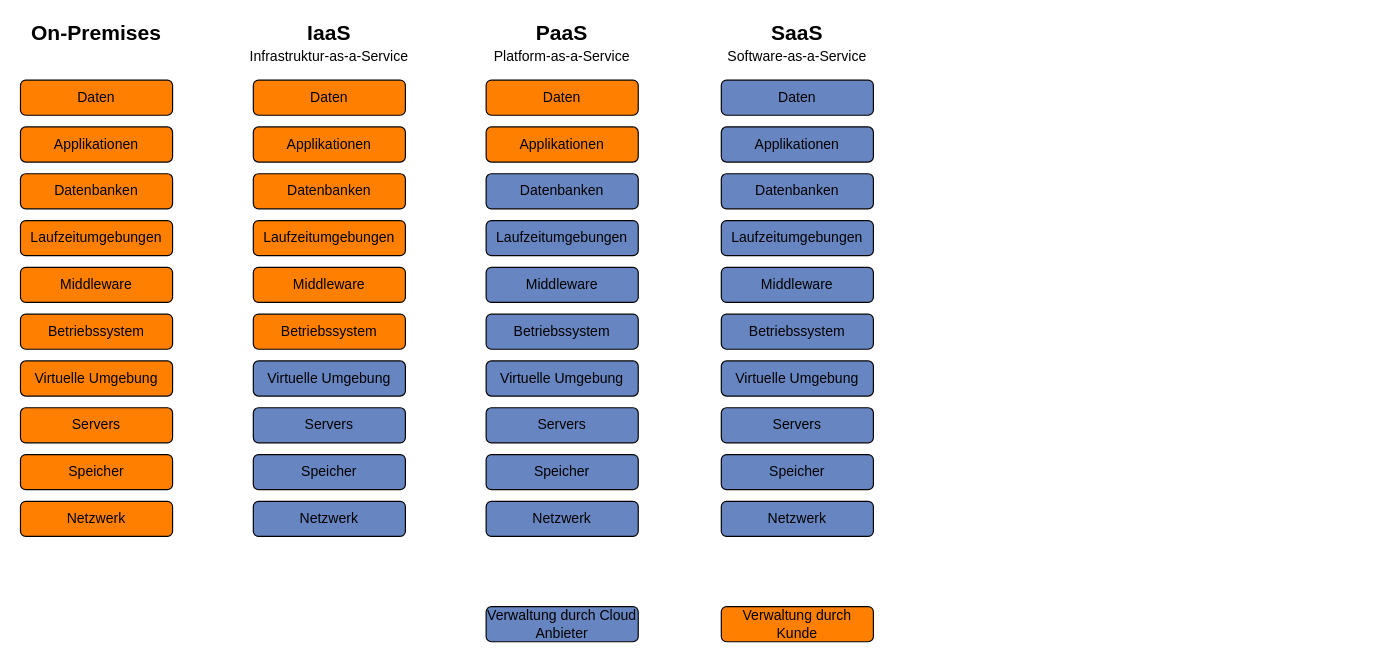
Before: IaaSvsPaaS-etc.drawio in iamulya/drawio-diagrams, a draw.io diagram. Source tidied: cells renumbered, new cells numbered last; positions are measured from the earlier drawing's top-left corner, leaving out a move shared by most shapes. Both pictures are drawn from the tidied source at 117%, with x=0, y=0 at pixel (20, 21). Pictures stored in the file or linked from it are replaced by grey dashed boxes.
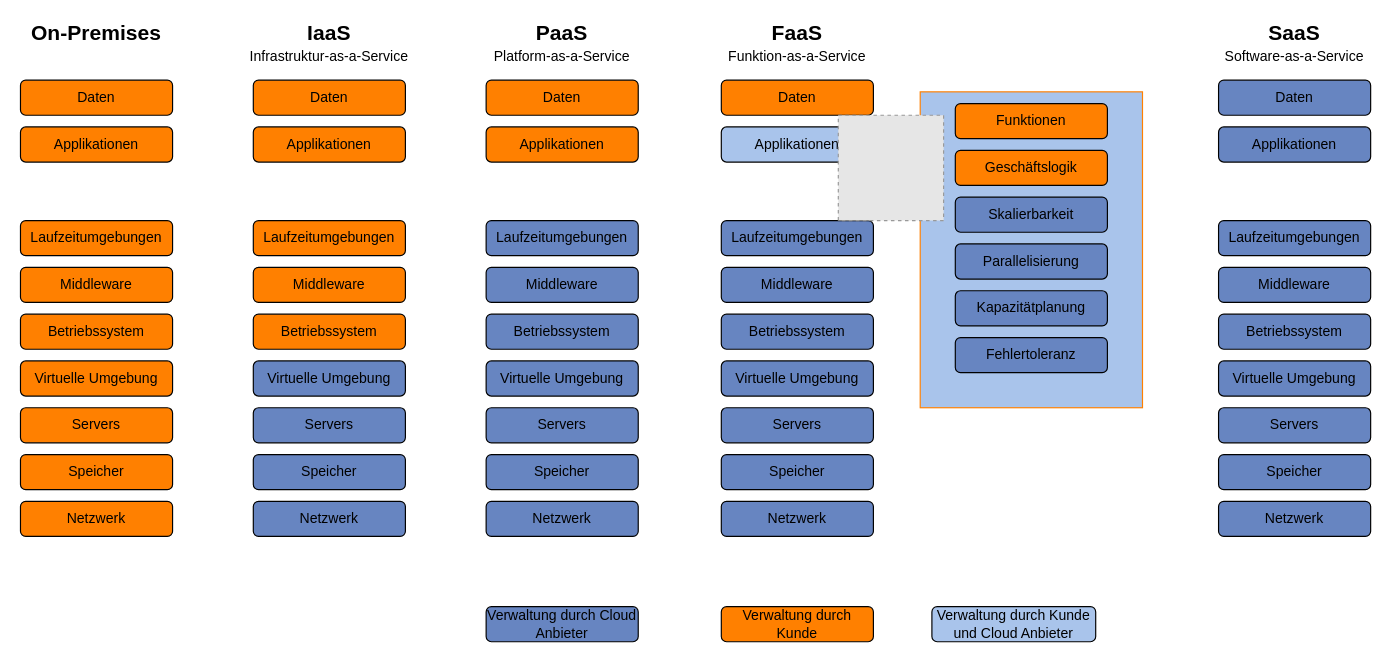
The same page after the edit.

The edit, as a diff of the source:
```diff
@@
-    <mxCell id="4" value="Datenbanken" style="rounded=1;whiteSpace=wrap;html=1;fillColor=#FF8000;" parent="1" vertex="1">
-      <mxGeometry y="130" width="130" height="30" as="geometry" />
-    </mxCell>
@@
-    <mxCell id="14" value="Datenbanken" style="rounded=1;whiteSpace=wrap;html=1;fillColor=#FF8000;" parent="1" vertex="1">
-      <mxGeometry x="199" y="130" width="130" height="30" as="geometry" />
-    </mxCell>
@@
-    <mxCell id="24" value="Datenbanken" style="rounded=1;whiteSpace=wrap;html=1;fillColor=#6785C1;" parent="1" vertex="1">
-      <mxGeometry x="398" y="130" width="130" height="30" as="geometry" />
-    </mxCell>
@@
-    <mxCell id="32" value="Daten" style="rounded=1;whiteSpace=wrap;html=1;fillColor=#6785C1;" parent="1" vertex="1">
+    <mxCell id="32" value="Daten" style="rounded=1;whiteSpace=wrap;html=1;fillColor=#FF8000;" parent="1" vertex="1">
       <mxGeometry x="599" y="50" width="130" height="30" as="geometry" />
     </mxCell>
-    <mxCell id="33" value="Applikationen" style="rounded=1;whiteSpace=wrap;html=1;fillColor=#6785C1;" parent="1" vertex="1">
+    <mxCell id="33" value="Applikationen" style="rounded=1;whiteSpace=wrap;html=1;fillColor=#A9C4EB;" parent="1" vertex="1">
       <mxGeometry x="599" y="90" width="130" height="30" as="geometry" />
     </mxCell>
-    <mxCell id="34" value="Datenbanken" style="rounded=1;whiteSpace=wrap;html=1;fillColor=#6785C1;" parent="1" vertex="1">
-      <mxGeometry x="599" y="130" width="130" height="30" as="geometry" />
-    </mxCell>
@@
-    <mxCell id="45" value="&lt;b&gt;&lt;font style=&quot;font-size: 18px&quot;&gt;SaaS&lt;/font&gt;&lt;/b&gt;" style="text;html=1;strokeColor=none;fillColor=none;align=center;verticalAlign=middle;whiteSpace=wrap;rounded=0;" parent="1" vertex="1">
+    <mxCell id="45" value="&lt;b&gt;&lt;font style=&quot;font-size: 18px&quot;&gt;FaaS&lt;/font&gt;&lt;/b&gt;" style="text;html=1;strokeColor=none;fillColor=none;align=center;verticalAlign=middle;whiteSpace=wrap;rounded=0;" parent="1" vertex="1">
       <mxGeometry x="599" width="130" height="20" as="geometry" />
     </mxCell>
@@
-    <mxCell id="50" value="Software-as-a-Service" style="text;html=1;strokeColor=none;fillColor=none;align=center;verticalAlign=middle;whiteSpace=wrap;rounded=0;" parent="1" vertex="1">
+    <mxCell id="50" value="Funktion-as-a-Service" style="text;html=1;strokeColor=none;fillColor=none;align=center;verticalAlign=middle;whiteSpace=wrap;rounded=0;" parent="1" vertex="1">
       <mxGeometry x="594" y="20" width="140" height="20" as="geometry" />
     </mxCell>
+    <mxCell id="51" value="Daten" style="rounded=1;whiteSpace=wrap;html=1;fillColor=#6785C1;" parent="1" vertex="1">
+      <mxGeometry x="1024" y="50" width="130" height="30" as="geometry" />
+    </mxCell>
+    <mxCell id="52" value="Applikationen" style="rounded=1;whiteSpace=wrap;html=1;fillColor=#6785C1;" parent="1" vertex="1">
+      <mxGeometry x="1024" y="90" width="130" height="30" as="geometry" />
+    </mxCell>
+    <mxCell id="53" value="Laufzeitumgebungen" style="rounded=1;whiteSpace=wrap;html=1;fillColor=#6785C1;" parent="1" vertex="1">
+      <mxGeometry x="1024" y="170" width="130" height="30" as="geometry" />
+    </mxCell>
+    <mxCell id="54" value="Middleware" style="rounded=1;whiteSpace=wrap;html=1;fillColor=#6785C1;" parent="1" vertex="1">
+      <mxGeometry x="1024" y="210" width="130" height="30" as="geometry" />
+    </mxCell>
+    <mxCell id="55" value="Betriebssystem" style="rounded=1;whiteSpace=wrap;html=1;fillColor=#6785C1;" parent="1" vertex="1">
+      <mxGeometry x="1024" y="250" width="130" height="30" as="geometry" />
+    </mxCell>
+    <mxCell id="56" value="Virtuelle Umgebung" style="rounded=1;whiteSpace=wrap;html=1;fillColor=#6785C1;" parent="1" vertex="1">
+      <mxGeometry x="1024" y="290" width="130" height="30" as="geometry" />
+    </mxCell>
+    <mxCell id="57" value="Servers" style="rounded=1;whiteSpace=wrap;html=1;fillColor=#6785C1;" parent="1" vertex="1">
+      <mxGeometry x="1024" y="330" width="130" height="30" as="geometry" />
+    </mxCell>
+    <mxCell id="58" value="Speicher" style="rounded=1;whiteSpace=wrap;html=1;fillColor=#6785C1;" parent="1" vertex="1">
+      <mxGeometry x="1024" y="370" width="130" height="30" as="geometry" />
+    </mxCell>
+    <mxCell id="59" value="Netzwerk" style="rounded=1;whiteSpace=wrap;html=1;fillColor=#6785C1;" parent="1" vertex="1">
+      <mxGeometry x="1024" y="410" width="130" height="30" as="geometry" />
+    </mxCell>
+    <mxCell id="60" value="&lt;b&gt;&lt;font style=&quot;font-size: 18px&quot;&gt;SaaS&lt;/font&gt;&lt;/b&gt;" style="text;html=1;strokeColor=none;fillColor=none;align=center;verticalAlign=middle;whiteSpace=wrap;rounded=0;" parent="1" vertex="1">
+      <mxGeometry x="1024" width="130" height="20" as="geometry" />
+    </mxCell>
+    <mxCell id="61" value="Software-as-a-Service" style="text;html=1;strokeColor=none;fillColor=none;align=center;verticalAlign=middle;whiteSpace=wrap;rounded=0;" parent="1" vertex="1">
+      <mxGeometry x="1019" y="20" width="140" height="20" as="geometry" />
+    </mxCell>
+    <mxCell id="62" value="Verwaltung durch Kunde und Cloud Anbieter" style="rounded=1;whiteSpace=wrap;html=1;fillColor=#A9C4EB;" parent="1" vertex="1">
+      <mxGeometry x="779" y="500" width="140" height="30" as="geometry" />
+    </mxCell>
+    <mxCell id="63" style="rounded=0;whiteSpace=wrap;html=1;strokeColor=#FF8000;fillColor=#A9C4EB;" parent="1" vertex="1">
+      <mxGeometry x="769" y="60" width="190" height="270" as="geometry" />
+    </mxCell>
+    <mxCell id="64" value="Funktionen" style="rounded=1;whiteSpace=wrap;html=1;fillColor=#FF8000;" parent="1" vertex="1">
+      <mxGeometry x="799" y="70" width="130" height="30" as="geometry" />
+    </mxCell>
+    <mxCell id="65" value="Geschäftslogik" style="rounded=1;whiteSpace=wrap;html=1;fillColor=#FF8000;" parent="1" vertex="1">
+      <mxGeometry x="799" y="110" width="130" height="30" as="geometry" />
+    </mxCell>
+    <mxCell id="66" value="Skalierbarkeit" style="rounded=1;whiteSpace=wrap;html=1;fillColor=#6785C1;" parent="1" vertex="1">
+      <mxGeometry x="799" y="150" width="130" height="30" as="geometry" />
+    </mxCell>
+    <mxCell id="67" value="Parallelisierung" style="rounded=1;whiteSpace=wrap;html=1;fillColor=#6785C1;" parent="1" vertex="1">
+      <mxGeometry x="799" y="190" width="130" height="30" as="geometry" />
+    </mxCell>
+    <mxCell id="68" value="Kapazitätplanung" style="rounded=1;whiteSpace=wrap;html=1;fillColor=#6785C1;" parent="1" vertex="1">
+      <mxGeometry x="799" y="230" width="130" height="30" as="geometry" />
+    </mxCell>
+    <mxCell id="69" style="fillColor=#E6E6E6;strokeColor=#999999;dashed=1;verticalLabelPosition=bottom;labelBackgroundColor=#ffffff;verticalAlign=top;" parent="1" vertex="1">
+      <mxGeometry x="699" y="80" width="90" height="90" as="geometry" />
+    </mxCell>
+    <mxCell id="70" value="Fehlertoleranz" style="rounded=1;whiteSpace=wrap;html=1;fillColor=#6785C1;" parent="1" vertex="1">
+      <mxGeometry x="799" y="270" width="130" height="30" as="geometry" />
+    </mxCell>
```
